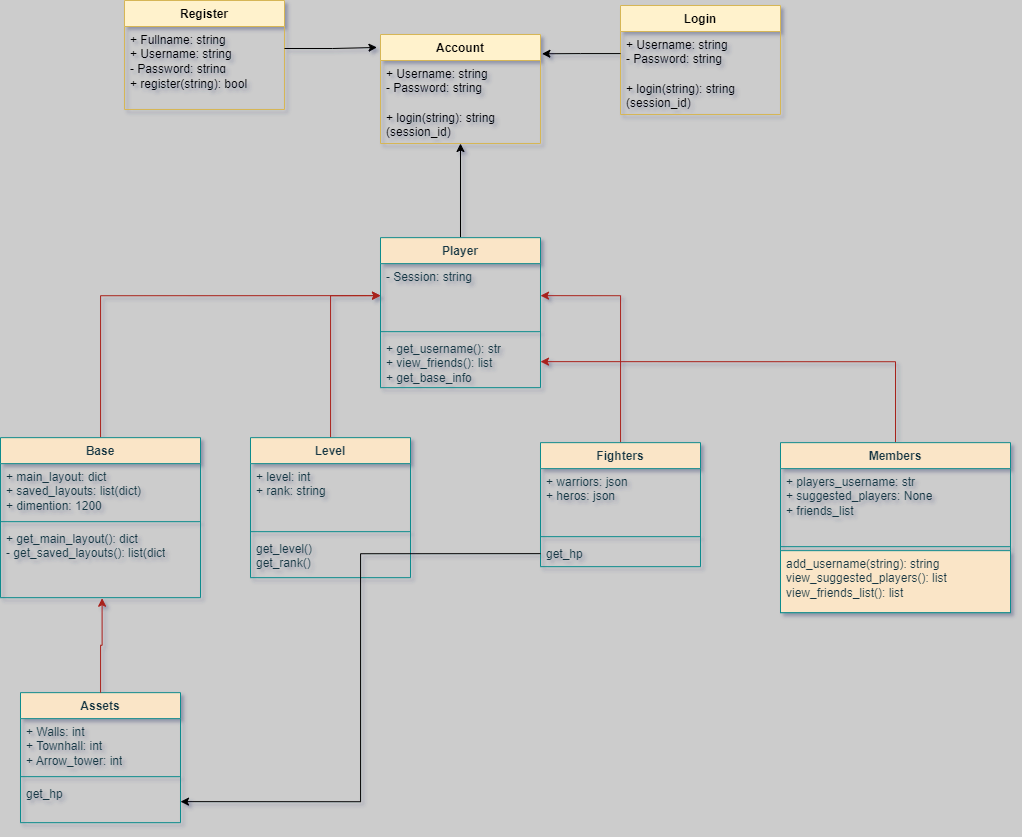
Earlier version of the draw.io export uml/uml_design.png (HamzLDN/WorldOfUnity). Source tidied: cells renumbered, new cells last; positions are measured from the earlier drawing's top-left corner, leaving out a move shared by most shapes.
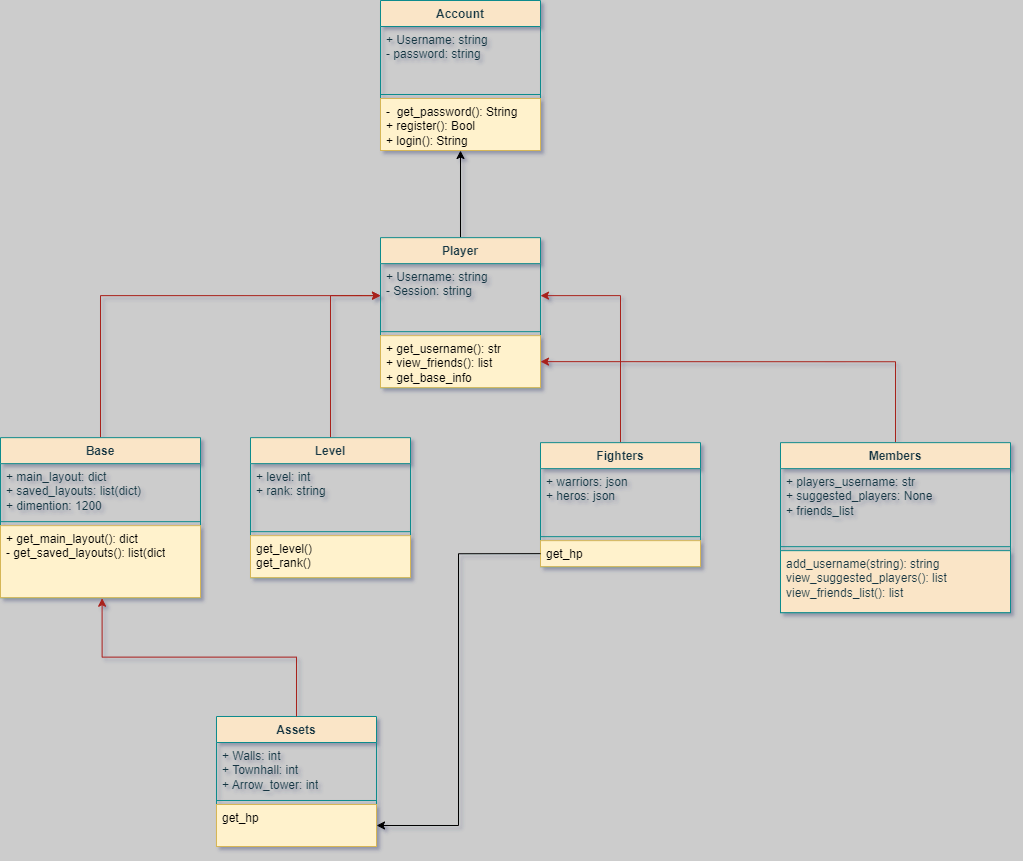
After the commit.

Commit message:
Created a quick login and register page

Diff of the diagram source:
```diff
@@ -8,13 +8,13 @@
     <mxCell id="3" value="Player" style="swimlane;fontStyle=1;align=center;verticalAlign=top;horizontal=1;startSize=26;whiteSpace=wrap;html=1;fillColor=#FAE5C7;strokeColor=#0F8B8D;labelBackgroundColor=none;fontColor=#143642;" parent="1" vertex="1">
       <mxGeometry x="380" y="237.1" width="160" height="150" as="geometry" />
     </mxCell>
-    <mxCell id="4" value="&lt;div&gt;- Session: string&lt;/div&gt;" style="text;strokeColor=none;fillColor=none;align=left;verticalAlign=top;spacingLeft=4;spacingRight=4;overflow=hidden;points=[[0,0.5],[1,0.5]];portConstraint=eastwest;whiteSpace=wrap;html=1;labelBackgroundColor=none;fontColor=#143642;" parent="3" vertex="1">
+    <mxCell id="4" value="&lt;div&gt;+ Username: string&lt;/div&gt;&lt;div&gt;- Session: string&lt;/div&gt;" style="text;strokeColor=none;fillColor=none;align=left;verticalAlign=top;spacingLeft=4;spacingRight=4;overflow=hidden;points=[[0,0.5],[1,0.5]];portConstraint=eastwest;whiteSpace=wrap;html=1;labelBackgroundColor=none;fontColor=#143642;" parent="3" vertex="1">
       <mxGeometry y="26" width="160" height="64" as="geometry" />
     </mxCell>
     <mxCell id="5" style="line;strokeWidth=1;fillColor=none;align=left;verticalAlign=middle;spacingTop=-1;spacingLeft=3;spacingRight=3;labelPosition=right;strokeColor=#0F8B8D;labelBackgroundColor=none;fontColor=#143642;" parent="3" vertex="1">
       <mxGeometry y="90" width="160" height="8" as="geometry" />
     </mxCell>
-    <mxCell id="6" value="+ get_username(): str&lt;div&gt;+ view_friends(): list&lt;/div&gt;&lt;div&gt;+ get_base_info&lt;/div&gt;" style="text;strokeColor=none;fillColor=none;align=left;verticalAlign=top;spacingLeft=4;spacingRight=4;overflow=hidden;points=[[0,0.5],[1,0.5]];portConstraint=eastwest;whiteSpace=wrap;html=1;labelBackgroundColor=none;fontColor=#143642;" parent="3" vertex="1">
+    <mxCell id="6" value="+ get_username(): str&lt;div&gt;+ view_friends(): list&lt;/div&gt;&lt;div&gt;+ get_base_info&lt;/div&gt;" style="text;strokeColor=#d6b656;fillColor=#fff2cc;align=left;verticalAlign=top;spacingLeft=4;spacingRight=4;overflow=hidden;points=[[0,0.5],[1,0.5]];portConstraint=eastwest;whiteSpace=wrap;html=1;labelBackgroundColor=none;" parent="3" vertex="1">
       <mxGeometry y="98" width="160" height="52" as="geometry" />
     </mxCell>
     <mxCell id="7" style="edgeStyle=orthogonalEdgeStyle;rounded=0;jettySize=auto;html=1;entryX=0;entryY=0.5;entryDx=0;entryDy=0;labelBackgroundColor=none;strokeColor=#A8201A;fontColor=default;" parent="1" edge="1" source="8" target="4">
@@ -29,7 +29,7 @@
     <mxCell id="10" style="line;strokeWidth=1;fillColor=none;align=left;verticalAlign=middle;spacingTop=-1;spacingLeft=3;spacingRight=3;labelPosition=right;strokeColor=#0F8B8D;labelBackgroundColor=none;fontColor=#143642;" parent="8" vertex="1">
       <mxGeometry y="80" width="200" height="8" as="geometry" />
     </mxCell>
-    <mxCell id="11" value="+ get_main_layout(): dict&lt;div&gt;- get_saved_layouts(): list(dict&lt;/div&gt;" style="text;strokeColor=none;fillColor=none;align=left;verticalAlign=top;spacingLeft=4;spacingRight=4;overflow=hidden;points=[[0,0.5],[1,0.5]];portConstraint=eastwest;whiteSpace=wrap;html=1;labelBackgroundColor=none;fontColor=#143642;" parent="8" vertex="1">
+    <mxCell id="11" value="+ get_main_layout(): dict&lt;div&gt;- get_saved_layouts(): list(dict&lt;/div&gt;" style="text;strokeColor=#d6b656;fillColor=#fff2cc;align=left;verticalAlign=top;spacingLeft=4;spacingRight=4;overflow=hidden;points=[[0,0.5],[1,0.5]];portConstraint=eastwest;whiteSpace=wrap;html=1;labelBackgroundColor=none;" parent="8" vertex="1">
       <mxGeometry y="88" width="200" height="72" as="geometry" />
     </mxCell>
     <mxCell id="12" style="edgeStyle=orthogonalEdgeStyle;rounded=0;jettySize=auto;html=1;entryX=0;entryY=0.5;entryDx=0;entryDy=0;labelBackgroundColor=none;strokeColor=#A8201A;fontColor=default;" parent="1" edge="1" source="13" target="4">
@@ -44,11 +44,11 @@
     <mxCell id="15" style="line;strokeWidth=1;fillColor=none;align=left;verticalAlign=middle;spacingTop=-1;spacingLeft=3;spacingRight=3;labelPosition=right;strokeColor=#0F8B8D;labelBackgroundColor=none;fontColor=#143642;" parent="13" vertex="1">
       <mxGeometry y="90" width="160" height="8" as="geometry" />
     </mxCell>
-    <mxCell id="16" value="get_level()&lt;div&gt;get_rank()&lt;/div&gt;" style="text;strokeColor=none;fillColor=none;align=left;verticalAlign=top;spacingLeft=4;spacingRight=4;overflow=hidden;whiteSpace=wrap;html=1;labelBackgroundColor=none;fontColor=#143642;" parent="13" vertex="1">
+    <mxCell id="16" value="get_level()&lt;div&gt;get_rank()&lt;/div&gt;" style="text;strokeColor=#d6b656;fillColor=#fff2cc;align=left;verticalAlign=top;spacingLeft=4;spacingRight=4;overflow=hidden;whiteSpace=wrap;html=1;labelBackgroundColor=none;" parent="13" vertex="1">
       <mxGeometry y="98" width="160" height="42" as="geometry" />
     </mxCell>
     <mxCell id="17" value="Assets" style="swimlane;fontStyle=1;align=center;verticalAlign=top;horizontal=1;startSize=26;whiteSpace=wrap;html=1;fillColor=#FAE5C7;strokeColor=#0F8B8D;labelBackgroundColor=none;fontColor=#143642;" parent="1" vertex="1">
-      <mxGeometry x="20" y="692.1" width="160" height="130" as="geometry" />
+      <mxGeometry x="216" y="716" width="160" height="130" as="geometry" />
     </mxCell>
     <mxCell id="18" value="+ Walls: int&lt;div&gt;+ Townhall: int&lt;/div&gt;&lt;div&gt;+ Arrow_tower: int&lt;/div&gt;" style="text;strokeColor=none;fillColor=none;align=left;verticalAlign=top;spacingLeft=4;spacingRight=4;overflow=hidden;whiteSpace=wrap;html=1;labelBackgroundColor=none;fontColor=#143642;" parent="17" vertex="1">
       <mxGeometry y="26" width="160" height="54" as="geometry" />
@@ -56,7 +56,7 @@
     <mxCell id="19" style="line;strokeWidth=1;fillColor=none;align=left;verticalAlign=middle;spacingTop=-1;spacingLeft=3;spacingRight=3;labelPosition=right;strokeColor=#0F8B8D;labelBackgroundColor=none;fontColor=#143642;" parent="17" vertex="1">
       <mxGeometry y="80" width="160" height="8" as="geometry" />
     </mxCell>
-    <mxCell id="20" value="get_hp" style="text;strokeColor=none;fillColor=none;align=left;verticalAlign=top;spacingLeft=4;spacingRight=4;overflow=hidden;points=[[0,0.5],[1,0.5]];portConstraint=eastwest;whiteSpace=wrap;html=1;labelBackgroundColor=none;fontColor=#143642;" parent="17" vertex="1">
+    <mxCell id="20" value="get_hp" style="text;strokeColor=#d6b656;fillColor=#fff2cc;align=left;verticalAlign=top;spacingLeft=4;spacingRight=4;overflow=hidden;points=[[0,0.5],[1,0.5]];portConstraint=eastwest;whiteSpace=wrap;html=1;labelBackgroundColor=none;" parent="17" vertex="1">
       <mxGeometry y="88" width="160" height="42" as="geometry" />
     </mxCell>
     <mxCell id="21" style="edgeStyle=orthogonalEdgeStyle;rounded=0;jettySize=auto;html=1;entryX=0.508;entryY=1.008;entryDx=0;entryDy=0;entryPerimeter=0;labelBackgroundColor=none;strokeColor=#A8201A;fontColor=default;" parent="1" edge="1" source="17" target="11">
@@ -74,7 +74,7 @@
     <mxCell id="25" style="line;strokeWidth=1;fillColor=none;align=left;verticalAlign=middle;spacingTop=-1;spacingLeft=3;spacingRight=3;labelPosition=right;strokeColor=#0F8B8D;labelBackgroundColor=none;fontColor=#143642;" parent="23" vertex="1">
       <mxGeometry y="90" width="160" height="8" as="geometry" />
     </mxCell>
-    <mxCell id="26" value="get_hp" style="text;strokeColor=none;fillColor=none;align=left;verticalAlign=top;spacingLeft=4;spacingRight=4;overflow=hidden;points=[[0,0.5],[1,0.5]];portConstraint=eastwest;whiteSpace=wrap;html=1;labelBackgroundColor=none;fontColor=#143642;" parent="23" vertex="1">
+    <mxCell id="26" value="get_hp" style="text;strokeColor=#d6b656;fillColor=#fff2cc;align=left;verticalAlign=top;spacingLeft=4;spacingRight=4;overflow=hidden;points=[[0,0.5],[1,0.5]];portConstraint=eastwest;whiteSpace=wrap;html=1;labelBackgroundColor=none;" parent="23" vertex="1">
       <mxGeometry y="98" width="160" height="26" as="geometry" />
     </mxCell>
     <mxCell id="27" style="edgeStyle=orthogonalEdgeStyle;rounded=0;jettySize=auto;html=1;entryX=1;entryY=0.5;entryDx=0;entryDy=0;labelBackgroundColor=none;strokeColor=#A8201A;fontColor=default;" parent="1" edge="1" source="28" target="6">
@@ -95,38 +95,17 @@
     <mxCell id="32" style="edgeStyle=orthogonalEdgeStyle;rounded=0;jettySize=auto;html=1;exitX=0;exitY=0.5;exitDx=0;exitDy=0;entryX=1;entryY=0.5;entryDx=0;entryDy=0;" parent="1" edge="1" source="26" target="20">
       <mxGeometry relative="1" as="geometry" />
     </mxCell>
-    <mxCell id="33" value="Login" style="swimlane;fontStyle=1;align=center;verticalAlign=top;horizontal=1;startSize=26;whiteSpace=wrap;html=1;fillColor=#fff2cc;strokeColor=#d6b656;" parent="1" vertex="1">
-      <mxGeometry x="620" y="5" width="160" height="109" as="geometry" />
-    </mxCell>
-    <mxCell id="34" value="+ Username: string&lt;div&gt;- Password: string&lt;/div&gt;&lt;div&gt;&lt;br&gt;&lt;/div&gt;" style="text;strokeColor=none;fillColor=none;align=left;verticalAlign=top;spacingLeft=4;spacingRight=4;overflow=hidden;points=[[0,0.5],[1,0.5]];portConstraint=eastwest;whiteSpace=wrap;html=1;" parent="33" vertex="1">
-      <mxGeometry y="26" width="160" height="44" as="geometry" />
-    </mxCell>
-    <mxCell id="35" value="+ login(string): string (session_id)" style="text;strokeColor=none;fillColor=none;align=left;verticalAlign=top;spacingLeft=4;spacingRight=4;overflow=hidden;whiteSpace=wrap;html=1;" parent="33" vertex="1">
-      <mxGeometry y="70" width="160" height="39" as="geometry" />
-    </mxCell>
-    <mxCell id="36" value="Account" style="swimlane;fontStyle=1;align=center;verticalAlign=top;horizontal=1;startSize=26;whiteSpace=wrap;html=1;fillColor=#fff2cc;strokeColor=#d6b656;" parent="1" vertex="1">
-      <mxGeometry x="380" y="34" width="160" height="109" as="geometry" />
+    <mxCell id="36" value="Account" style="swimlane;fontStyle=1;align=center;verticalAlign=top;horizontal=1;startSize=26;whiteSpace=wrap;html=1;fillColor=#FAE5C7;strokeColor=#0F8B8D;labelBackgroundColor=none;fontColor=#143642;" parent="1" vertex="1">
+      <mxGeometry x="380" width="160" height="150" as="geometry" />
     </mxCell>
-    <mxCell id="37" value="+ Username: string&lt;div&gt;- Password: string&lt;/div&gt;&lt;div&gt;&lt;br&gt;&lt;/div&gt;" style="text;strokeColor=none;fillColor=none;align=left;verticalAlign=top;spacingLeft=4;spacingRight=4;overflow=hidden;whiteSpace=wrap;html=1;" parent="36" vertex="1">
-      <mxGeometry y="26" width="160" height="44" as="geometry" />
-    </mxCell>
-    <mxCell id="38" value="+ login(string): string (session_id)" style="text;strokeColor=none;fillColor=none;align=left;verticalAlign=top;spacingLeft=4;spacingRight=4;overflow=hidden;whiteSpace=wrap;html=1;" parent="36" vertex="1">
-      <mxGeometry y="70" width="160" height="39" as="geometry" />
-    </mxCell>
-    <mxCell id="39" value="Register" style="swimlane;fontStyle=1;align=center;verticalAlign=top;horizontal=1;startSize=26;whiteSpace=wrap;html=1;fillColor=#fff2cc;strokeColor=#d6b656;" parent="1" vertex="1">
-      <mxGeometry x="124" width="160" height="109" as="geometry" />
-    </mxCell>
-    <mxCell id="40" value="&lt;div&gt;+ Fullname: string&lt;/div&gt;+ Username: string&lt;div&gt;- Password: string&lt;/div&gt;&lt;div&gt;&lt;br&gt;&lt;/div&gt;" style="text;strokeColor=none;fillColor=none;align=left;verticalAlign=top;spacingLeft=4;spacingRight=4;overflow=hidden;points=[[0,0.5],[1,0.5]];portConstraint=eastwest;whiteSpace=wrap;html=1;" parent="39" vertex="1">
-      <mxGeometry y="26" width="160" height="44" as="geometry" />
-    </mxCell>
-    <mxCell id="41" value="+ register(string): bool" style="text;strokeColor=none;fillColor=none;align=left;verticalAlign=top;spacingLeft=4;spacingRight=4;overflow=hidden;whiteSpace=wrap;html=1;" parent="39" vertex="1">
-      <mxGeometry y="70" width="160" height="39" as="geometry" />
-    </mxCell>
-    <mxCell id="42" style="edgeStyle=orthogonalEdgeStyle;rounded=0;jettySize=auto;html=1;entryX=1.009;entryY=0.177;entryDx=0;entryDy=0;entryPerimeter=0;" parent="1" edge="1" source="34" target="36">
-      <mxGeometry relative="1" as="geometry" />
-    </mxCell>
-    <mxCell id="43" style="edgeStyle=orthogonalEdgeStyle;rounded=0;jettySize=auto;html=1;entryX=-0.022;entryY=0.119;entryDx=0;entryDy=0;entryPerimeter=0;" parent="1" edge="1" source="40" target="36">
-      <mxGeometry relative="1" as="geometry" />
-    </mxCell>
+    <mxCell id="44" value="&lt;div&gt;+ Username: string&lt;/div&gt;&lt;div&gt;- password: string&lt;/div&gt;" style="text;strokeColor=none;fillColor=none;align=left;verticalAlign=top;spacingLeft=4;spacingRight=4;overflow=hidden;whiteSpace=wrap;html=1;labelBackgroundColor=none;fontColor=#143642;" parent="36" vertex="1">
+      <mxGeometry y="26" width="160" height="64" as="geometry" />
+    </mxCell>
+    <mxCell id="45" style="line;strokeWidth=1;fillColor=none;align=left;verticalAlign=middle;spacingTop=-1;spacingLeft=3;spacingRight=3;labelPosition=right;strokeColor=#0F8B8D;labelBackgroundColor=none;fontColor=#143642;" parent="36" vertex="1">
+      <mxGeometry y="90" width="160" height="8" as="geometry" />
+    </mxCell>
+    <mxCell id="46" value="-&amp;nbsp; get_password(): String&lt;div&gt;+ register(): Bool&lt;/div&gt;&lt;div&gt;+ login(): String&lt;/div&gt;" style="text;strokeColor=#d6b656;fillColor=#fff2cc;align=left;verticalAlign=top;spacingLeft=4;spacingRight=4;overflow=hidden;whiteSpace=wrap;html=1;labelBackgroundColor=none;" parent="36" vertex="1">
+      <mxGeometry y="98" width="160" height="52" as="geometry" />
+    </mxCell>
   </root>
 </mxGraphModel>
```
